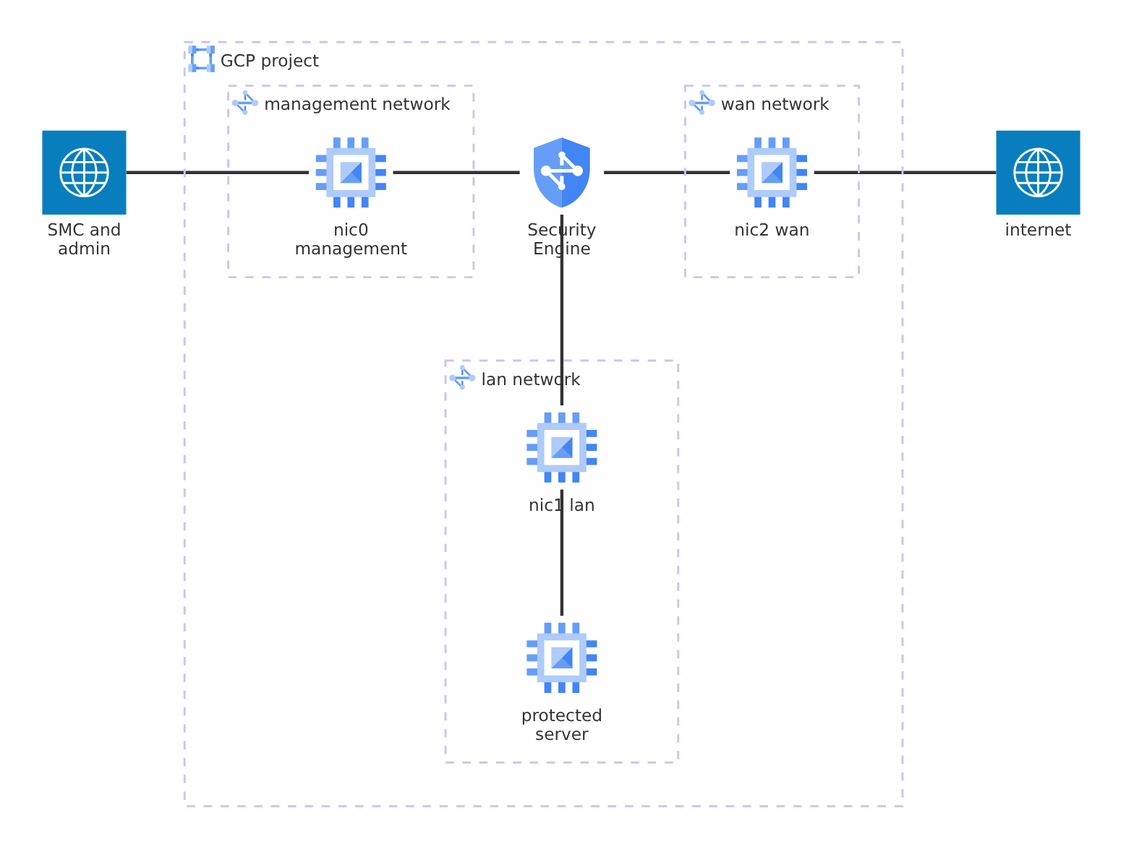
The Mermaid diagram modules/gcp-engine/examples/single-engine/architecture.png in Forcepoint/terraform-fpnsp-modules, before a commit. Its source is kept beside it as modules/gcp-engine/examples/single-engine/architecture.mmd.
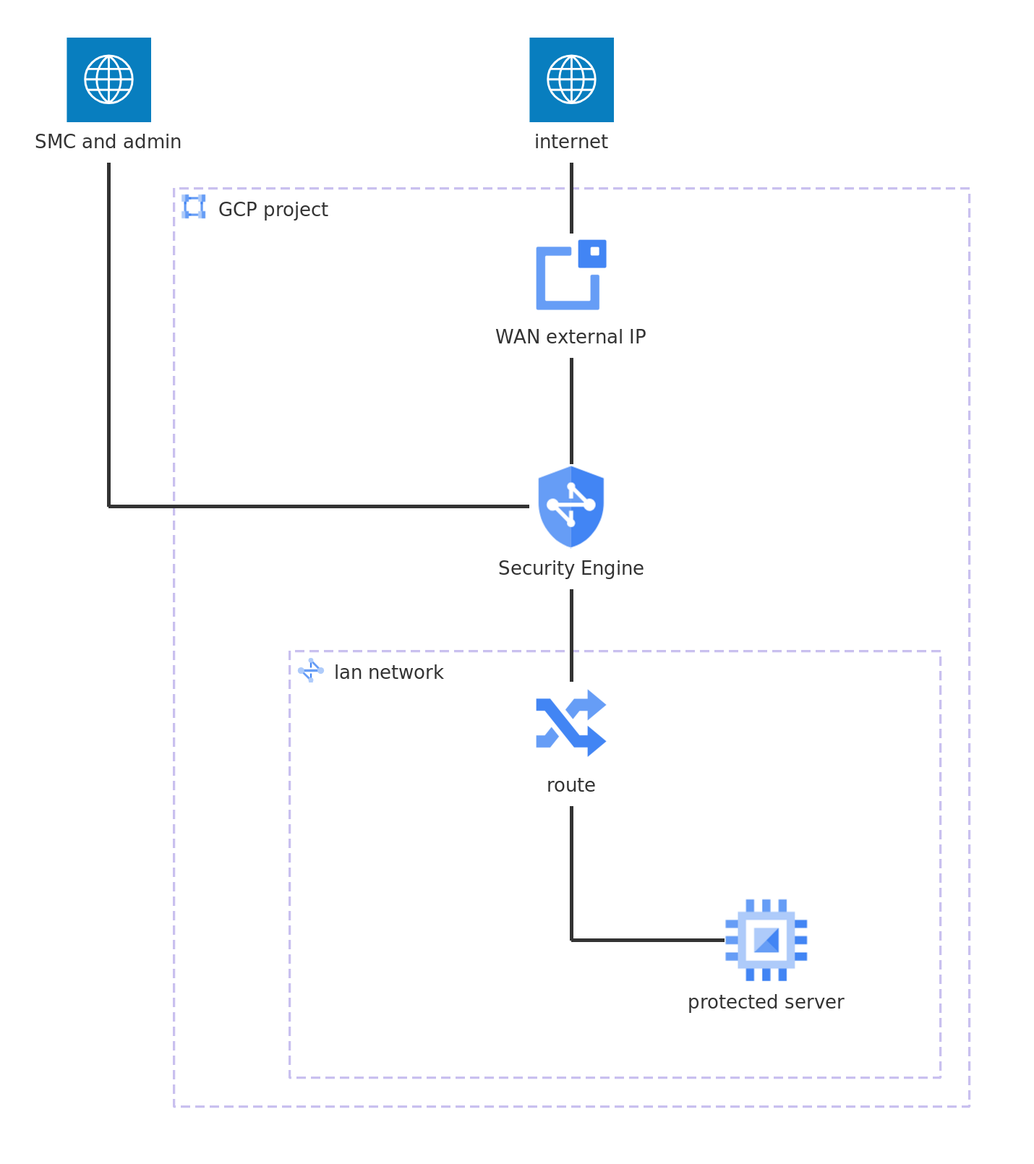
After the change.

Change to the diagram source:
```diff
@@ -1,24 +1,18 @@
 
 architecture-beta
-    group project(gcp:virtual-private-cloud)[GCP project]
-
-    group mgmtnet(gcp:cloud-network)[management network] in project
-    service nic0(gcp:compute-engine)[nic0 management] in mgmtnet
-
-    group lannet(gcp:cloud-network)[lan network] in project
-    service nic1(gcp:compute-engine)[nic1 lan] in lannet
-    service server(gcp:compute-engine)[protected server] in lannet
-
-    group wannet(gcp:cloud-network)[wan network] in project
-    service nic2(gcp:compute-engine)[nic2 wan] in wannet
-
-    service engine(gcp:network-security)[Security Engine] in project
     service smc(internet)[SMC and admin]
     service net(internet)[internet]
 
-    smc:R -- L:nic0
-    nic0:R -- L:engine
-    engine:R -- L:nic2
-    nic2:R -- L:net
-    engine:B -- T:nic1
-    nic1:B -- T:server
+    group project(gcp:virtual-private-cloud)[GCP project]
+    service ip(gcp:cloud-external-ip-addresses)[WAN external IP] in project
+    service engine(gcp:network-security)[Security Engine] in project
+
+    group lannet(gcp:cloud-network)[lan network] in project
+    service route(gcp:cloud-routes)[route] in lannet
+    service server(gcp:compute-engine)[protected server] in lannet
+
+    smc:B -- L:engine
+    net:B -- T:ip
+    ip:B -- T:engine
+    engine:B -- T:route
+    route:B -- L:server
```
